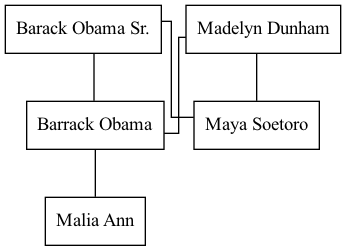
This is output.png from GlennOlsson/CSC482-FinalProj, a Graphviz export, as it was before one commit. Its source is kept beside it as output.dot.
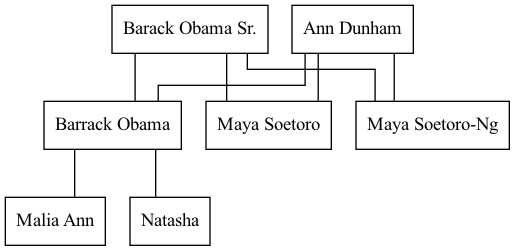
The same diagram one commit later.

What changed in the source:
```diff
@@ -1,15 +1,20 @@
 digraph
 {
 splines = ortho;
-BarrackObama185242820919437696817982698244822446587 [shape=box, label = "Barrack Obama", color = black];
-BarackObamaSr328582128750649801788122687309991595235 [shape=box, label = "Barack Obama Sr.", color = black];
-MayaSoetoro302398333111999541494532860496408940378 [shape=box, label = "Maya Soetoro", color = black];
-MadelynDunham163662805704089958918077819895618785302 [shape=box, label = "Madelyn Dunham", color = black];
-MaliaAnn303439682565647179326011096185045921656 [shape=box, label = "Malia Ann", color = black];
+BarrackObama183352286198226809639011086190218696308 [shape=box, label = "Barrack Obama", color = black];
+BarackObamaSr145229595279098835005452095343968928966 [shape=box, label = "Barack Obama Sr.", color = black];
+MayaSoetoro171657402708761699146577553394371396495 [shape=box, label = "Maya Soetoro", color = black];
+AnnDunham313772903123521456081563374208754366887 [shape=box, label = "Ann Dunham", color = black];
+MayaSoetoroNg205391565886026930251390410821567343465 [shape=box, label = "Maya Soetoro-Ng", color = black];
+MaliaAnn90529518237914123934197632245762658809 [shape=box, label = "Malia Ann", color = black];
+Natasha313621996987636864106347157449275710543 [shape=box, label = "Natasha", color = black];
 
-MadelynDunham163662805704089958918077819895618785302 -> BarrackObama185242820919437696817982698244822446587 [dir=none];
-BarackObamaSr328582128750649801788122687309991595235 -> BarrackObama185242820919437696817982698244822446587 [dir=none];
-BarrackObama185242820919437696817982698244822446587 -> MaliaAnn303439682565647179326011096185045921656 [dir=none];
-MadelynDunham163662805704089958918077819895618785302 -> MayaSoetoro302398333111999541494532860496408940378 [dir=none];
-BarackObamaSr328582128750649801788122687309991595235 -> MayaSoetoro302398333111999541494532860496408940378 [dir=none];
+BarackObamaSr145229595279098835005452095343968928966 -> MayaSoetoro171657402708761699146577553394371396495 [dir=none];
+BarrackObama183352286198226809639011086190218696308 -> Natasha313621996987636864106347157449275710543 [dir=none];
+AnnDunham313772903123521456081563374208754366887 -> MayaSoetoroNg205391565886026930251390410821567343465 [dir=none];
+AnnDunham313772903123521456081563374208754366887 -> MayaSoetoro171657402708761699146577553394371396495 [dir=none];
+BarackObamaSr145229595279098835005452095343968928966 -> BarrackObama183352286198226809639011086190218696308 [dir=none];
+BarrackObama183352286198226809639011086190218696308 -> MaliaAnn90529518237914123934197632245762658809 [dir=none];
+AnnDunham313772903123521456081563374208754366887 -> BarrackObama183352286198226809639011086190218696308 [dir=none];
+BarackObamaSr145229595279098835005452095343968928966 -> MayaSoetoroNg205391565886026930251390410821567343465 [dir=none];
 }
```
